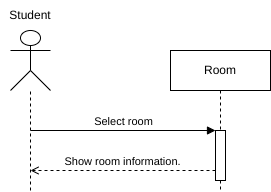
Earlier version of the draw.io export graphs/System Sequence Diagrams/ViewRoomInformation.drawio.png (NotYetTerminal/Interactive-Map-SETU-Carlow). Source tidied: cells renumbered, new cells last; positions are measured from the earlier drawing's top-left corner, leaving out a move shared by most shapes.
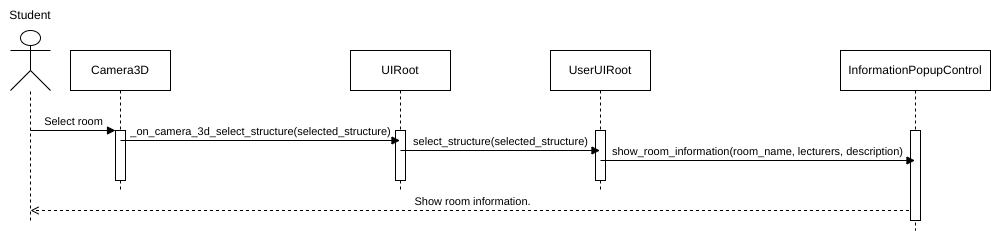
Later version of the same file.

The edit, as a diff of the source:
```diff
@@ -2,8 +2,8 @@
   <root>
     <mxCell id="0" />
     <mxCell id="1" parent="0" />
-    <mxCell id="2" value="Room" style="shape=umlLifeline;perimeter=lifelinePerimeter;whiteSpace=wrap;html=1;newEdgeStyle={&quot;edgeStyle&quot;:&quot;elbowEdgeStyle&quot;,&quot;elbow&quot;:&quot;vertical&quot;,&quot;curved&quot;:0,&quot;rounded&quot;:0};" parent="1" vertex="1">
-      <mxGeometry x="170" y="50" width="100" height="140" as="geometry" />
+    <mxCell id="2" value="Camera3D" style="shape=umlLifeline;perimeter=lifelinePerimeter;whiteSpace=wrap;html=1;newEdgeStyle={&quot;edgeStyle&quot;:&quot;elbowEdgeStyle&quot;,&quot;elbow&quot;:&quot;vertical&quot;,&quot;curved&quot;:0,&quot;rounded&quot;:0};" parent="1" vertex="1">
+      <mxGeometry x="70" y="50" width="100" height="140" as="geometry" />
     </mxCell>
     <mxCell id="3" style="html=1;points=[];perimeter=orthogonalPerimeter;outlineConnect=0;targetShapes=umlLifeline;portConstraint=eastwest;newEdgeStyle={&quot;edgeStyle&quot;:&quot;elbowEdgeStyle&quot;,&quot;elbow&quot;:&quot;vertical&quot;,&quot;curved&quot;:0,&quot;rounded&quot;:0};" parent="2" vertex="1">
       <mxGeometry x="45" y="80" width="10" height="50" as="geometry" />
@@ -18,17 +18,49 @@
     </mxCell>
     <mxCell id="6" style="endArrow=none;dashed=1;html=1;rounded=0;" parent="1" edge="1" target="5">
       <mxGeometry relative="1" as="geometry">
-        <mxPoint x="30" y="190" as="sourcePoint" />
+        <mxPoint x="30" y="220" as="sourcePoint" />
       </mxGeometry>
     </mxCell>
     <mxCell id="7" value="Student" style="text;html=1;align=center;verticalAlign=middle;whiteSpace=wrap;rounded=0;" parent="1" vertex="1">
       <mxGeometry width="60" height="30" as="geometry" />
     </mxCell>
-    <mxCell id="8" value="Show room information." style="html=1;verticalAlign=bottom;endArrow=open;elbow=vertical;rounded=0;dashed=1;endFill=0;" parent="1" edge="1">
+    <mxCell id="8" value="Show room information." style="html=1;verticalAlign=bottom;endArrow=open;elbow=vertical;rounded=0;dashed=1;endFill=0;" parent="1" edge="1" source="15">
       <mxGeometry relative="1" as="geometry">
-        <mxPoint x="215" y="170" as="sourcePoint" />
-        <mxPoint x="30" y="170" as="targetPoint" />
+        <mxPoint x="30" y="210" as="targetPoint" />
       </mxGeometry>
     </mxCell>
+    <mxCell id="9" value="UIRoot" style="shape=umlLifeline;perimeter=lifelinePerimeter;whiteSpace=wrap;html=1;outlineConnect=0;portConstraint=eastwest;newEdgeStyle={&quot;edgeStyle&quot;:&quot;elbowEdgeStyle&quot;,&quot;elbow&quot;:&quot;vertical&quot;,&quot;curved&quot;:0,&quot;rounded&quot;:0};" parent="1" vertex="1">
+      <mxGeometry x="350" y="50" width="100" height="140" as="geometry" />
+    </mxCell>
+    <mxCell id="10" style="html=1;perimeter=orthogonalPerimeter;targetShapes=umlLifeline;newEdgeStyle={&quot;edgeStyle&quot;:&quot;elbowEdgeStyle&quot;,&quot;elbow&quot;:&quot;vertical&quot;,&quot;curved&quot;:0,&quot;rounded&quot;:0};" parent="9" vertex="1">
+      <mxGeometry x="45" y="80" width="10" height="50" as="geometry" />
+    </mxCell>
+    <mxCell id="11" value="_on_camera_3d_select_structure(selected_structure)" style="html=1;verticalAlign=bottom;endArrow=block;elbow=vertical;rounded=0;" parent="1" edge="1" target="9">
+      <mxGeometry relative="1" as="geometry">
+        <mxPoint x="120" y="140" as="sourcePoint" />
+      </mxGeometry>
+    </mxCell>
+    <mxCell id="12" value="UserUIRoot" style="shape=umlLifeline;perimeter=lifelinePerimeter;whiteSpace=wrap;html=1;outlineConnect=0;portConstraint=eastwest;newEdgeStyle={&quot;edgeStyle&quot;:&quot;elbowEdgeStyle&quot;,&quot;elbow&quot;:&quot;vertical&quot;,&quot;curved&quot;:0,&quot;rounded&quot;:0};" parent="1" vertex="1">
+      <mxGeometry x="550" y="50" width="100" height="140" as="geometry" />
+    </mxCell>
+    <mxCell id="13" style="html=1;perimeter=orthogonalPerimeter;targetShapes=umlLifeline;newEdgeStyle={&quot;edgeStyle&quot;:&quot;elbowEdgeStyle&quot;,&quot;elbow&quot;:&quot;vertical&quot;,&quot;curved&quot;:0,&quot;rounded&quot;:0};" parent="12" vertex="1">
+      <mxGeometry x="45" y="80" width="10" height="50" as="geometry" />
+    </mxCell>
+    <mxCell id="14" value="select_structure(selected_structure)" style="html=1;verticalAlign=bottom;endArrow=block;elbow=vertical;rounded=0;" parent="1" edge="1" target="12">
+      <mxGeometry relative="1" as="geometry">
+        <mxPoint x="400" y="150" as="sourcePoint" />
+      </mxGeometry>
+    </mxCell>
+    <mxCell id="15" value="InformationPopupControl" style="shape=umlLifeline;perimeter=lifelinePerimeter;whiteSpace=wrap;html=1;outlineConnect=0;portConstraint=eastwest;newEdgeStyle={&quot;edgeStyle&quot;:&quot;elbowEdgeStyle&quot;,&quot;elbow&quot;:&quot;vertical&quot;,&quot;curved&quot;:0,&quot;rounded&quot;:0};" parent="1" vertex="1">
+      <mxGeometry x="840" y="50" width="150" height="180" as="geometry" />
+    </mxCell>
+    <mxCell id="16" style="html=1;perimeter=orthogonalPerimeter;targetShapes=umlLifeline;newEdgeStyle={&quot;edgeStyle&quot;:&quot;elbowEdgeStyle&quot;,&quot;elbow&quot;:&quot;vertical&quot;,&quot;curved&quot;:0,&quot;rounded&quot;:0};" parent="15" vertex="1">
+      <mxGeometry x="70" y="80" width="10" height="90" as="geometry" />
+    </mxCell>
+    <mxCell id="17" value="show_room_information(room_name, lecturers, description)" style="html=1;verticalAlign=bottom;endArrow=block;elbow=vertical;rounded=0;" parent="1" edge="1" target="15">
+      <mxGeometry relative="1" as="geometry">
+        <mxPoint x="600" y="160" as="sourcePoint" />
+      </mxGeometry>
+    </mxCell>
   </root>
 </mxGraphModel>
```
